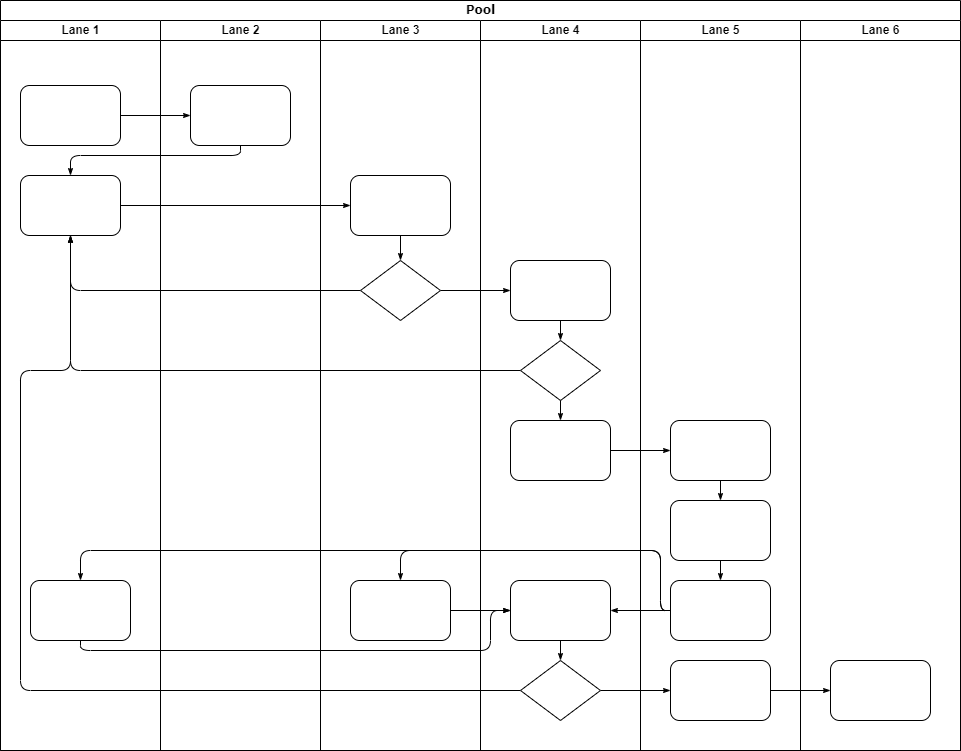
songyibo2019/mydiagrams keeps this draw.io diagram as 异常订单手动处理流程.drawio.png. Above is the earlier version. Source tidied: cells renumbered, new cells last; positions are measured from the earlier drawing's top-left corner, leaving out a move shared by most shapes.
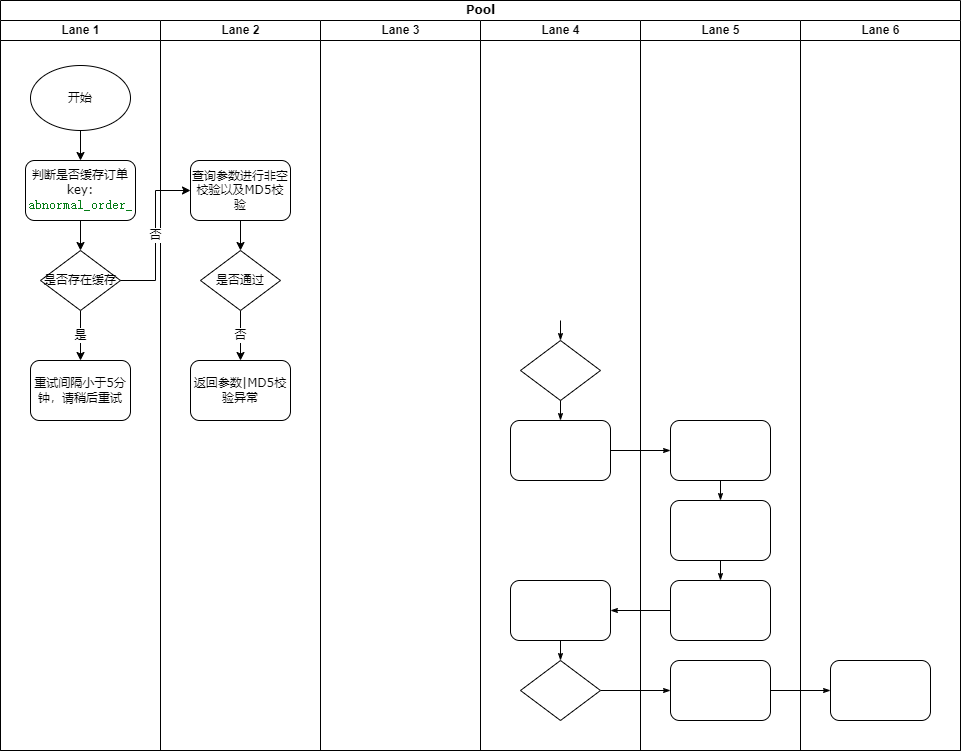
After the commit.

Commit message:
Update 异常订单手动处理流程.drawio.png

The edit, as a diff of the source:
```diff
@@ -5,50 +5,6 @@
     <mxCell id="2" value="Pool" style="swimlane;html=1;startSize=20;rounded=0;shadow=0;labelBackgroundColor=none;strokeWidth=1;fontFamily=Verdana;fontSize=8;align=center;" parent="1" vertex="1">
       <mxGeometry width="960" height="750" as="geometry" />
     </mxCell>
-    <mxCell id="3" value="Lane 1" style="swimlane;html=1;startSize=20;" parent="2" vertex="1">
-      <mxGeometry y="20" width="160" height="730" as="geometry" />
-    </mxCell>
-    <mxCell id="4" style="rounded=1;whiteSpace=wrap;html=1;shadow=0;labelBackgroundColor=none;strokeWidth=1;fontFamily=Verdana;fontSize=8;align=center;" parent="3" vertex="1">
-      <mxGeometry x="20" y="65" width="100" height="60" as="geometry" />
-    </mxCell>
-    <mxCell id="5" style="rounded=1;whiteSpace=wrap;html=1;shadow=0;labelBackgroundColor=none;strokeWidth=1;fontFamily=Verdana;fontSize=8;align=center;" parent="3" vertex="1">
-      <mxGeometry x="20" y="155" width="100" height="60" as="geometry" />
-    </mxCell>
-    <mxCell id="6" style="rounded=1;whiteSpace=wrap;html=1;shadow=0;labelBackgroundColor=none;strokeWidth=1;fontFamily=Verdana;fontSize=8;align=center;" parent="3" vertex="1">
-      <mxGeometry x="30" y="560" width="100" height="60" as="geometry" />
-    </mxCell>
-    <mxCell id="7" style="edgeStyle=orthogonalEdgeStyle;rounded=1;html=1;labelBackgroundColor=none;startArrow=none;startFill=0;startSize=5;endArrow=classicThin;endFill=1;endSize=5;jettySize=auto;strokeWidth=1;fontFamily=Verdana;fontSize=8;" parent="2" edge="1" source="4" target="23">
-      <mxGeometry relative="1" as="geometry" />
-    </mxCell>
-    <mxCell id="8" style="edgeStyle=orthogonalEdgeStyle;rounded=1;html=1;labelBackgroundColor=none;startArrow=none;startFill=0;startSize=5;endArrow=classicThin;endFill=1;endSize=5;jettySize=auto;strokeWidth=1;fontFamily=Verdana;fontSize=8;" parent="2" edge="1" source="23" target="5">
-      <mxGeometry relative="1" as="geometry">
-        <Array as="points">
-          <mxPoint x="240" y="155" />
-          <mxPoint x="70" y="155" />
-        </Array>
-      </mxGeometry>
-    </mxCell>
-    <mxCell id="9" style="edgeStyle=orthogonalEdgeStyle;rounded=1;html=1;labelBackgroundColor=none;startArrow=none;startFill=0;startSize=5;endArrow=classicThin;endFill=1;endSize=5;jettySize=auto;strokeWidth=1;fontFamily=Verdana;fontSize=8;" parent="2" edge="1" source="5" target="25">
-      <mxGeometry relative="1" as="geometry" />
-    </mxCell>
-    <mxCell id="10" style="edgeStyle=orthogonalEdgeStyle;rounded=1;html=1;labelBackgroundColor=none;startArrow=none;startFill=0;startSize=5;endArrow=classicThin;endFill=1;endSize=5;jettySize=auto;strokeWidth=1;fontFamily=Verdana;fontSize=8;" parent="2" edge="1" source="26" target="5">
-      <mxGeometry relative="1" as="geometry" />
-    </mxCell>
-    <mxCell id="11" style="edgeStyle=orthogonalEdgeStyle;rounded=1;html=1;labelBackgroundColor=none;startArrow=none;startFill=0;startSize=5;endArrow=classicThin;endFill=1;endSize=5;jettySize=auto;strokeWidth=1;fontFamily=Verdana;fontSize=8;" parent="2" edge="1" source="31" target="5">
-      <mxGeometry relative="1" as="geometry" />
-    </mxCell>
-    <mxCell id="12" style="edgeStyle=orthogonalEdgeStyle;rounded=1;html=1;labelBackgroundColor=none;startArrow=none;startFill=0;startSize=5;endArrow=classicThin;endFill=1;endSize=5;jettySize=auto;strokeWidth=1;fontFamily=Verdana;fontSize=8;" parent="2" edge="1" source="34" target="5">
-      <mxGeometry relative="1" as="geometry">
-        <Array as="points">
-          <mxPoint x="20" y="690" />
-          <mxPoint x="20" y="370" />
-          <mxPoint x="70" y="370" />
-        </Array>
-      </mxGeometry>
-    </mxCell>
-    <mxCell id="13" style="edgeStyle=orthogonalEdgeStyle;rounded=1;html=1;labelBackgroundColor=none;startArrow=none;startFill=0;startSize=5;endArrow=classicThin;endFill=1;endSize=5;jettySize=auto;strokeWidth=1;fontFamily=Verdana;fontSize=8;" parent="2" edge="1" source="26" target="30">
-      <mxGeometry relative="1" as="geometry" />
-    </mxCell>
     <mxCell id="14" style="edgeStyle=orthogonalEdgeStyle;rounded=1;html=1;labelBackgroundColor=none;startArrow=none;startFill=0;startSize=5;endArrow=classicThin;endFill=1;endSize=5;jettySize=auto;strokeWidth=1;fontFamily=Verdana;fontSize=8;" parent="2" edge="1" source="34" target="42">
       <mxGeometry relative="1" as="geometry" />
     </mxCell>
@@ -58,66 +14,57 @@
     <mxCell id="16" style="edgeStyle=orthogonalEdgeStyle;rounded=1;html=1;labelBackgroundColor=none;startArrow=none;startFill=0;startSize=5;endArrow=classicThin;endFill=1;endSize=5;jettySize=auto;strokeWidth=1;fontFamily=Verdana;fontSize=8;" parent="2" edge="1" source="32" target="39">
       <mxGeometry relative="1" as="geometry" />
     </mxCell>
-    <mxCell id="17" style="edgeStyle=orthogonalEdgeStyle;rounded=1;html=1;labelBackgroundColor=none;startArrow=none;startFill=0;startSize=5;endArrow=classicThin;endFill=1;endSize=5;jettySize=auto;strokeWidth=1;fontFamily=Verdana;fontSize=8;" parent="2" edge="1" source="41" target="27">
-      <mxGeometry relative="1" as="geometry">
-        <Array as="points">
-          <mxPoint x="660" y="610" />
-          <mxPoint x="660" y="550" />
-          <mxPoint x="400" y="550" />
-        </Array>
-      </mxGeometry>
-    </mxCell>
     <mxCell id="18" style="edgeStyle=orthogonalEdgeStyle;rounded=1;html=1;labelBackgroundColor=none;startArrow=none;startFill=0;startSize=5;endArrow=classicThin;endFill=1;endSize=5;jettySize=auto;strokeColor=#000000;strokeWidth=1;fontFamily=Verdana;fontSize=8;fontColor=#000000;" parent="2" edge="1" source="41" target="33">
       <mxGeometry relative="1" as="geometry" />
     </mxCell>
-    <mxCell id="19" style="edgeStyle=orthogonalEdgeStyle;rounded=1;html=1;labelBackgroundColor=none;startArrow=none;startFill=0;startSize=5;endArrow=classicThin;endFill=1;endSize=5;jettySize=auto;strokeWidth=1;fontFamily=Verdana;fontSize=8;" parent="2" edge="1" source="41" target="6">
-      <mxGeometry relative="1" as="geometry">
-        <Array as="points">
-          <mxPoint x="660" y="610" />
-          <mxPoint x="660" y="550" />
-          <mxPoint x="80" y="550" />
-        </Array>
-      </mxGeometry>
-    </mxCell>
-    <mxCell id="20" style="edgeStyle=orthogonalEdgeStyle;rounded=1;html=1;labelBackgroundColor=none;startArrow=none;startFill=0;startSize=5;endArrow=classicThin;endFill=1;endSize=5;jettySize=auto;strokeWidth=1;fontFamily=Verdana;fontSize=8;" parent="2" edge="1" source="6" target="33">
-      <mxGeometry relative="1" as="geometry">
-        <Array as="points">
-          <mxPoint x="80" y="650" />
-          <mxPoint x="490" y="650" />
-          <mxPoint x="490" y="610" />
-        </Array>
-      </mxGeometry>
-    </mxCell>
-    <mxCell id="21" style="edgeStyle=orthogonalEdgeStyle;rounded=1;html=1;labelBackgroundColor=none;startArrow=none;startFill=0;startSize=5;endArrow=classicThin;endFill=1;endSize=5;jettySize=auto;strokeWidth=1;fontFamily=Verdana;fontSize=8;" parent="2" edge="1" source="27" target="33">
-      <mxGeometry relative="1" as="geometry" />
-    </mxCell>
+    <mxCell id="3" value="Lane 1" style="swimlane;html=1;startSize=20;" parent="2" vertex="1">
+      <mxGeometry y="20" width="160" height="730" as="geometry" />
+    </mxCell>
+    <mxCell id="47" style="edgeStyle=orthogonalEdgeStyle;rounded=0;jettySize=auto;html=1;exitX=0.5;exitY=1;exitDx=0;exitDy=0;entryX=0.5;entryY=0;entryDx=0;entryDy=0;" parent="3" edge="1" source="5" target="51">
+      <mxGeometry relative="1" as="geometry" />
+    </mxCell>
+    <mxCell id="5" value="判断是否缓存订单key:&lt;br&gt;&lt;span style=&quot;color: rgb(6 , 125 , 23) ; background-color: rgb(255 , 255 , 255) ; font-family: &amp;#34;jetbrains mono&amp;#34; , monospace ; font-size: 9.8pt&quot;&gt;abnormal_order_&lt;/span&gt;" style="rounded=1;whiteSpace=wrap;html=1;shadow=0;labelBackgroundColor=none;strokeWidth=1;fontFamily=Verdana;fontSize=8;align=center;" parent="3" vertex="1">
+      <mxGeometry x="25" y="140" width="110" height="60" as="geometry" />
+    </mxCell>
+    <mxCell id="48" style="edgeStyle=orthogonalEdgeStyle;rounded=0;jettySize=auto;html=1;exitX=0.5;exitY=1;exitDx=0;exitDy=0;" parent="3" edge="1" source="49" target="5">
+      <mxGeometry relative="1" as="geometry" />
+    </mxCell>
+    <mxCell id="49" value="开始" style="ellipse;whiteSpace=wrap;html=1;" parent="3" vertex="1">
+      <mxGeometry x="30" y="45" width="100" height="65" as="geometry" />
+    </mxCell>
+    <mxCell id="50" value="是" style="edgeStyle=orthogonalEdgeStyle;rounded=0;jettySize=auto;html=1;exitX=0.5;exitY=1;exitDx=0;exitDy=0;entryX=0.5;entryY=0;entryDx=0;entryDy=0;fontSize=11;" parent="3" edge="1" source="51" target="52">
+      <mxGeometry relative="1" as="geometry" />
+    </mxCell>
+    <mxCell id="51" value="&lt;font style=&quot;font-size: 11px&quot;&gt;是否存在缓存&lt;/font&gt;" style="rhombus;whiteSpace=wrap;html=1;rounded=0;shadow=0;labelBackgroundColor=none;strokeWidth=1;fontFamily=Verdana;fontSize=8;align=center;" parent="3" vertex="1">
+      <mxGeometry x="40" y="230" width="80" height="60" as="geometry" />
+    </mxCell>
+    <mxCell id="52" value="&lt;span style=&quot;font-size: 8px&quot;&gt;重试间隔小于5分钟，请稍后重试&lt;/span&gt;" style="rounded=1;whiteSpace=wrap;html=1;shadow=0;labelBackgroundColor=none;strokeWidth=1;fontFamily=Verdana;fontSize=8;align=center;" parent="3" vertex="1">
+      <mxGeometry x="30" y="340" width="100" height="60" as="geometry" />
+    </mxCell>
     <mxCell id="22" value="Lane 2" style="swimlane;html=1;startSize=20;" parent="2" vertex="1">
       <mxGeometry x="160" y="20" width="160" height="730" as="geometry" />
     </mxCell>
+    <mxCell id="53" style="edgeStyle=orthogonalEdgeStyle;rounded=0;jettySize=auto;html=1;exitX=0.5;exitY=1;exitDx=0;exitDy=0;fontSize=11;" parent="22" edge="1" source="23" target="55">
+      <mxGeometry relative="1" as="geometry" />
+    </mxCell>
-    <mxCell id="23" style="rounded=1;whiteSpace=wrap;html=1;shadow=0;labelBackgroundColor=none;strokeWidth=1;fontFamily=Verdana;fontSize=8;align=center;" parent="22" vertex="1">
-      <mxGeometry x="30" y="65" width="100" height="60" as="geometry" />
+    <mxCell id="23" value="&lt;span style=&quot;font-size: 8px&quot;&gt;查询参数进行非空校验以及MD5校验&lt;/span&gt;" style="rounded=1;whiteSpace=wrap;html=1;shadow=0;labelBackgroundColor=none;strokeWidth=1;fontFamily=Verdana;fontSize=8;align=center;" parent="22" vertex="1">
+      <mxGeometry x="30" y="140" width="100" height="60" as="geometry" />
     </mxCell>
+    <mxCell id="54" value="否" style="edgeStyle=orthogonalEdgeStyle;rounded=0;jettySize=auto;html=1;exitX=0.5;exitY=1;exitDx=0;exitDy=0;entryX=0.5;entryY=0;entryDx=0;entryDy=0;fontSize=11;" parent="22" edge="1" source="55" target="56">
+      <mxGeometry relative="1" as="geometry" />
+    </mxCell>
+    <mxCell id="55" value="&lt;span style=&quot;font-size: 11px&quot;&gt;是否通过&lt;/span&gt;" style="rhombus;whiteSpace=wrap;html=1;rounded=0;shadow=0;labelBackgroundColor=none;strokeWidth=1;fontFamily=Verdana;fontSize=8;align=center;" parent="22" vertex="1">
+      <mxGeometry x="40" y="230" width="80" height="60" as="geometry" />
+    </mxCell>
+    <mxCell id="56" value="返回参数|MD5校验异常" style="rounded=1;whiteSpace=wrap;html=1;shadow=0;labelBackgroundColor=none;strokeWidth=1;fontFamily=Verdana;fontSize=8;align=center;" parent="22" vertex="1">
+      <mxGeometry x="30" y="340" width="100" height="60" as="geometry" />
+    </mxCell>
     <mxCell id="24" value="Lane 3" style="swimlane;html=1;startSize=20;" parent="2" vertex="1">
       <mxGeometry x="320" y="20" width="160" height="730" as="geometry" />
     </mxCell>
-    <mxCell id="25" style="rounded=1;whiteSpace=wrap;html=1;shadow=0;labelBackgroundColor=none;strokeWidth=1;fontFamily=Verdana;fontSize=8;align=center;" parent="24" vertex="1">
-      <mxGeometry x="30" y="155" width="100" height="60" as="geometry" />
-    </mxCell>
-    <mxCell id="26" style="rhombus;whiteSpace=wrap;html=1;rounded=0;shadow=0;labelBackgroundColor=none;strokeWidth=1;fontFamily=Verdana;fontSize=8;align=center;" parent="24" vertex="1">
-      <mxGeometry x="40" y="240" width="80" height="60" as="geometry" />
-    </mxCell>
-    <mxCell id="27" style="rounded=1;whiteSpace=wrap;html=1;shadow=0;labelBackgroundColor=none;strokeWidth=1;fontFamily=Verdana;fontSize=8;align=center;" parent="24" vertex="1">
-      <mxGeometry x="30" y="560" width="100" height="60" as="geometry" />
-    </mxCell>
-    <mxCell id="28" style="edgeStyle=orthogonalEdgeStyle;rounded=1;html=1;labelBackgroundColor=none;startArrow=none;startFill=0;startSize=5;endArrow=classicThin;endFill=1;endSize=5;jettySize=auto;strokeWidth=1;fontFamily=Verdana;fontSize=8;" parent="24" edge="1" source="25" target="26">
-      <mxGeometry relative="1" as="geometry" />
-    </mxCell>
     <mxCell id="29" value="Lane 4" style="swimlane;html=1;startSize=20;" parent="2" vertex="1">
       <mxGeometry x="480" y="20" width="160" height="730" as="geometry" />
     </mxCell>
-    <mxCell id="30" style="rounded=1;whiteSpace=wrap;html=1;shadow=0;labelBackgroundColor=none;strokeWidth=1;fontFamily=Verdana;fontSize=8;align=center;" parent="29" vertex="1">
-      <mxGeometry x="30" y="240" width="100" height="60" as="geometry" />
-    </mxCell>
     <mxCell id="31" style="rhombus;whiteSpace=wrap;html=1;rounded=0;shadow=0;labelBackgroundColor=none;strokeWidth=1;fontFamily=Verdana;fontSize=8;align=center;" parent="29" vertex="1">
       <mxGeometry x="40" y="320" width="80" height="60" as="geometry" />
     </mxCell>
@@ -130,8 +77,10 @@
     <mxCell id="34" style="rhombus;whiteSpace=wrap;html=1;rounded=0;shadow=0;labelBackgroundColor=none;strokeWidth=1;fontFamily=Verdana;fontSize=8;align=center;" parent="29" vertex="1">
       <mxGeometry x="40" y="640" width="80" height="60" as="geometry" />
     </mxCell>
-    <mxCell id="35" style="edgeStyle=orthogonalEdgeStyle;rounded=1;html=1;labelBackgroundColor=none;startArrow=none;startFill=0;startSize=5;endArrow=classicThin;endFill=1;endSize=5;jettySize=auto;strokeColor=#000000;strokeWidth=1;fontFamily=Verdana;fontSize=8;fontColor=#000000;" parent="29" edge="1" source="30" target="31">
-      <mxGeometry relative="1" as="geometry" />
+    <mxCell id="35" style="edgeStyle=orthogonalEdgeStyle;rounded=1;html=1;labelBackgroundColor=none;startArrow=none;startFill=0;startSize=5;endArrow=classicThin;endFill=1;endSize=5;jettySize=auto;strokeColor=#000000;strokeWidth=1;fontFamily=Verdana;fontSize=8;fontColor=#000000;" parent="29" edge="1" target="31">
+      <mxGeometry relative="1" as="geometry">
+        <mxPoint x="80" y="300" as="sourcePoint" />
+      </mxGeometry>
     </mxCell>
     <mxCell id="36" style="edgeStyle=orthogonalEdgeStyle;rounded=1;html=1;labelBackgroundColor=none;startArrow=none;startFill=0;startSize=5;endArrow=classicThin;endFill=1;endSize=5;jettySize=auto;strokeWidth=1;fontFamily=Verdana;fontSize=8;" parent="29" edge="1" source="31" target="32">
       <mxGeometry relative="1" as="geometry" />
@@ -166,5 +115,8 @@
     <mxCell id="46" style="rounded=1;whiteSpace=wrap;html=1;shadow=0;labelBackgroundColor=none;strokeWidth=1;fontFamily=Verdana;fontSize=8;align=center;" parent="45" vertex="1">
       <mxGeometry x="30" y="640" width="100" height="60" as="geometry" />
     </mxCell>
+    <mxCell id="57" value="否" style="edgeStyle=orthogonalEdgeStyle;rounded=0;jettySize=auto;html=1;exitX=1;exitY=0.5;exitDx=0;exitDy=0;entryX=0;entryY=0.5;entryDx=0;entryDy=0;fontSize=11;" parent="2" edge="1" source="51" target="23">
+      <mxGeometry relative="1" as="geometry" />
+    </mxCell>
   </root>
 </mxGraphModel>
```
